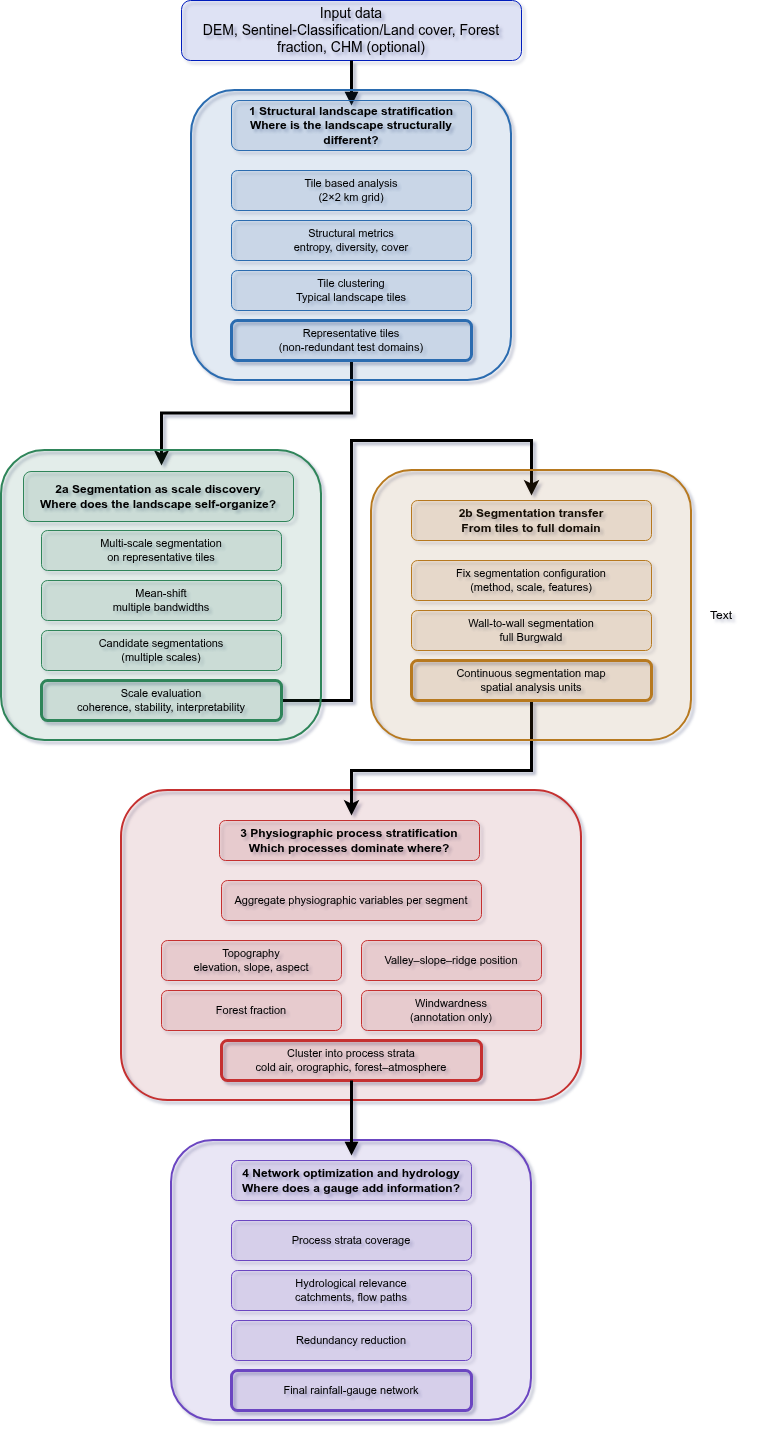
Before: images/workflow.drawio.png, a diagram exported from draw.io (gisma-courses/LV-19-d19-006-25). Source tidied: cells renumbered, new cells last; positions are measured from the earlier drawing's top-left corner, leaving out a move shared by most shapes.
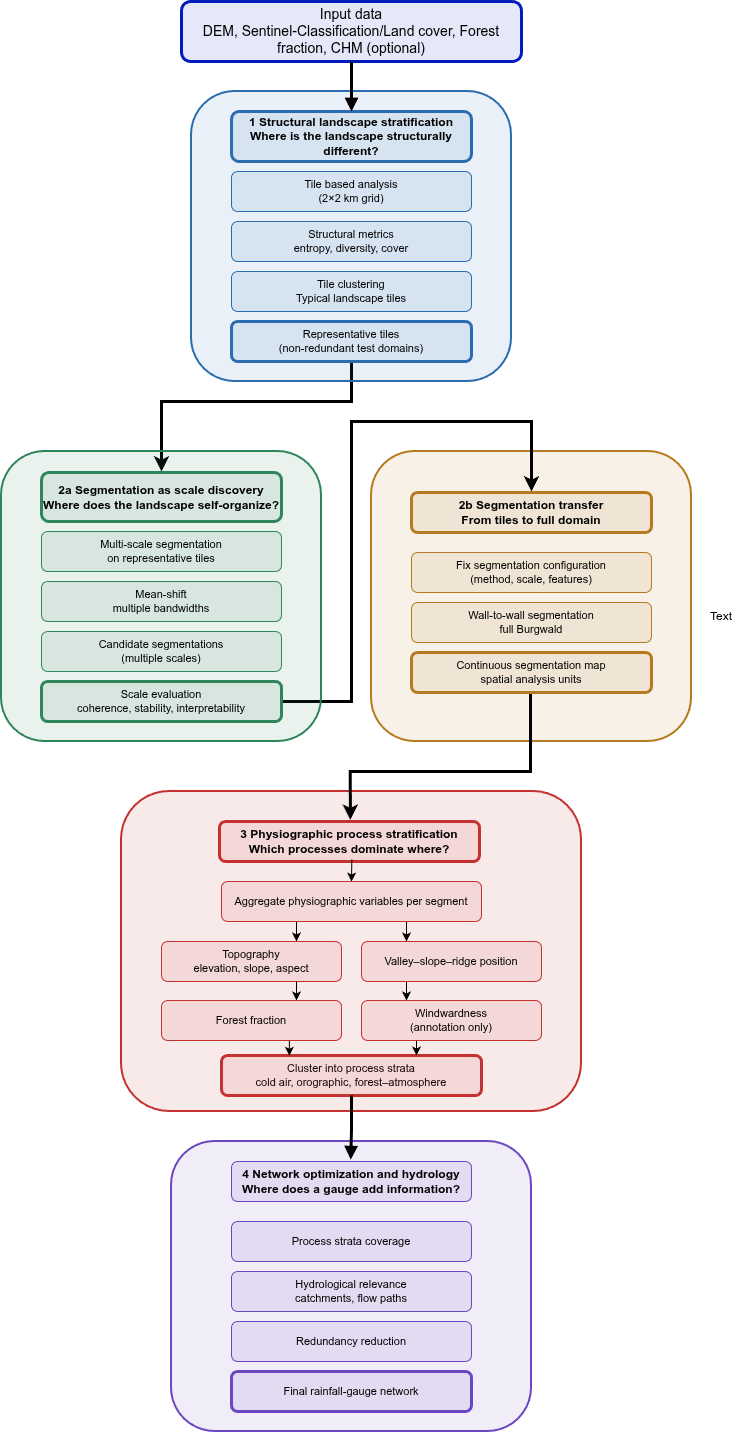
After the commit.

Diff of the diagram source:
```diff
@@ -2,90 +2,109 @@
   <root>
     <mxCell id="0" />
     <mxCell id="1" parent="0" />
+    <mxCell id="20" style="rounded=1;whiteSpace=wrap;html=1;fillColor=#B7791F;fillOpacity=10;strokeColor=#B7791F;strokeWidth=2;fontColor=light-dark(#000000,#000000);" parent="1" vertex="1">
+      <mxGeometry x="370" y="450" width="320" height="290" as="geometry" />
+    </mxCell>
-    <mxCell id="2" style="group;fontColor=light-dark(#000000,#000000);" parent="1" vertex="1">
-      <mxGeometry x="120" y="790" width="460" height="310" as="geometry" />
+    <mxCell id="2" style="group;fontColor=light-dark(#000000,#000000);strokeWidth=10;" parent="1" vertex="1">
+      <mxGeometry x="120" y="790" width="460" height="320" as="geometry" />
     </mxCell>
+    <mxCell id="9" value="Cluster into process strata&#10;cold air, orographic, forest–atmosphere" style="rounded=1;whiteSpace=wrap;html=1;fillColor=#C53030;fillOpacity=10;strokeColor=#C53030;fontSize=11;strokeWidth=3;fontColor=light-dark(#000000,#000000);" parent="2" vertex="1">
+      <mxGeometry x="100" y="264" width="260" height="40" as="geometry" />
+    </mxCell>
     <mxCell id="3" style="rounded=1;whiteSpace=wrap;html=1;fillColor=#C53030;fillOpacity=10;strokeColor=#C53030;strokeWidth=2;fontColor=light-dark(#000000,#000000);" parent="2" vertex="1">
-      <mxGeometry width="460" height="310" as="geometry" />
+      <mxGeometry width="460" height="320" as="geometry" />
     </mxCell>
+    <mxCell id="41" style="edgeStyle=orthogonalEdgeStyle;rounded=0;jettySize=auto;html=1;exitX=0.75;exitY=1;exitDx=0;exitDy=0;entryX=0.25;entryY=0;entryDx=0;entryDy=0;strokeColor=light-dark(#000000,#000000);" parent="2" edge="1" source="4" target="6">
+      <mxGeometry relative="1" as="geometry" />
+    </mxCell>
+    <mxCell id="42" style="edgeStyle=orthogonalEdgeStyle;rounded=0;jettySize=auto;html=1;exitX=0.25;exitY=1;exitDx=0;exitDy=0;entryX=0.75;entryY=0;entryDx=0;entryDy=0;strokeColor=light-dark(#000000,#000000);" parent="2" edge="1" source="4" target="5">
+      <mxGeometry relative="1" as="geometry" />
+    </mxCell>
     <mxCell id="4" value="Aggregate physiographic variables per segment" style="rounded=1;whiteSpace=wrap;html=1;fillColor=#C53030;fillOpacity=10;strokeColor=#C53030;fontSize=11;fontColor=light-dark(#000000,#000000);" parent="2" vertex="1">
       <mxGeometry x="100" y="90" width="260" height="40" as="geometry" />
     </mxCell>
     <mxCell id="5" value="Topography&#10;elevation, slope, aspect" style="rounded=1;whiteSpace=wrap;html=1;fillColor=#C53030;fillOpacity=10;strokeColor=#C53030;fontSize=11;fontColor=light-dark(#000000,#000000);" parent="2" vertex="1">
       <mxGeometry x="40" y="150" width="180" height="40" as="geometry" />
     </mxCell>
+    <mxCell id="43" style="edgeStyle=orthogonalEdgeStyle;rounded=0;jettySize=auto;html=1;exitX=0.25;exitY=1;exitDx=0;exitDy=0;entryX=0.25;entryY=0;entryDx=0;entryDy=0;strokeColor=light-dark(#000000,#000000);" parent="2" edge="1" source="6" target="8">
+      <mxGeometry relative="1" as="geometry" />
+    </mxCell>
     <mxCell id="6" value="Valley–slope–ridge position" style="rounded=1;whiteSpace=wrap;html=1;fillColor=#C53030;fillOpacity=10;strokeColor=#C53030;fontSize=11;fontColor=light-dark(#000000,#000000);" parent="2" vertex="1">
       <mxGeometry x="240" y="150" width="180" height="40" as="geometry" />
     </mxCell>
+    <mxCell id="44" style="edgeStyle=orthogonalEdgeStyle;rounded=0;jettySize=auto;html=1;exitX=0.25;exitY=1;exitDx=0;exitDy=0;entryX=0.75;entryY=0;entryDx=0;entryDy=0;strokeColor=light-dark(#000000,#000000);" parent="2" edge="1" source="8" target="9">
+      <mxGeometry relative="1" as="geometry" />
+    </mxCell>
+    <mxCell id="8" value="Windwardness&#10;(annotation only)" style="rounded=1;whiteSpace=wrap;html=1;fillColor=#C53030;fillOpacity=10;strokeColor=#C53030;fontSize=11;fontColor=light-dark(#000000,#000000);" parent="2" vertex="1">
+      <mxGeometry x="240" y="209" width="180" height="40" as="geometry" />
+    </mxCell>
+    <mxCell id="10" value="&lt;span style=&quot;font-size: 12px; font-weight: 700;&quot;&gt;3 Physiographic process stratification&lt;/span&gt;&lt;br style=&quot;font-size: 12px; font-weight: 700;&quot;&gt;&lt;span style=&quot;font-size: 12px; font-weight: 700;&quot;&gt;Which processes dominate where?&lt;/span&gt;" style="rounded=1;whiteSpace=wrap;html=1;fillColor=#C53030;fillOpacity=10;strokeColor=#C53030;fontSize=11;fontColor=light-dark(#000000,#000000);strokeWidth=3;" parent="2" vertex="1">
+      <mxGeometry x="98" y="30" width="260" height="40" as="geometry" />
+    </mxCell>
+    <mxCell id="45" style="edgeStyle=orthogonalEdgeStyle;rounded=0;jettySize=auto;html=1;exitX=0.5;exitY=0;exitDx=0;exitDy=0;entryX=0.509;entryY=0.946;entryDx=0;entryDy=0;entryPerimeter=0;strokeColor=light-dark(#000000,#000000);endArrow=none;endFill=0;startArrow=classic;startFill=1;" parent="2" edge="1" source="4" target="10">
+      <mxGeometry relative="1" as="geometry" />
+    </mxCell>
+    <mxCell id="46" style="edgeStyle=orthogonalEdgeStyle;rounded=0;jettySize=auto;html=1;exitX=0.75;exitY=1;exitDx=0;exitDy=0;entryX=0.75;entryY=0;entryDx=0;entryDy=0;strokeColor=light-dark(#000000,#000000);" parent="2" edge="1" source="5" target="7">
+      <mxGeometry relative="1" as="geometry" />
+    </mxCell>
+    <mxCell id="47" style="edgeStyle=orthogonalEdgeStyle;rounded=0;jettySize=auto;html=1;exitX=0.75;exitY=1;exitDx=0;exitDy=0;entryX=0.261;entryY=0.006;entryDx=0;entryDy=0;entryPerimeter=0;strokeColor=light-dark(#000000,#000000);" parent="2" edge="1" source="7" target="9">
+      <mxGeometry relative="1" as="geometry" />
+    </mxCell>
     <mxCell id="7" value="Forest fraction" style="rounded=1;whiteSpace=wrap;html=1;fillColor=#C53030;fillOpacity=10;strokeColor=#C53030;fontSize=11;fontColor=light-dark(#000000,#000000);" parent="2" vertex="1">
-      <mxGeometry x="40" y="200" width="180" height="40" as="geometry" />
+      <mxGeometry x="40" y="209" width="180" height="40" as="geometry" />
     </mxCell>
-    <mxCell id="8" value="Windwardness&#10;(annotation only)" style="rounded=1;whiteSpace=wrap;html=1;fillColor=#C53030;fillOpacity=10;strokeColor=#C53030;fontSize=11;fontColor=light-dark(#000000,#000000);" parent="2" vertex="1">
-      <mxGeometry x="240" y="200" width="180" height="40" as="geometry" />
-    </mxCell>
-    <mxCell id="9" value="Cluster into process strata&#10;cold air, orographic, forest–atmosphere" style="rounded=1;whiteSpace=wrap;html=1;fillColor=#C53030;fillOpacity=10;strokeColor=#C53030;fontSize=11;strokeWidth=3;fontColor=light-dark(#000000,#000000);" parent="2" vertex="1">
-      <mxGeometry x="100" y="250" width="260" height="40" as="geometry" />
-    </mxCell>
-    <mxCell id="10" value="&lt;span style=&quot;font-size: 12px; font-weight: 700;&quot;&gt;3 Physiographic process stratification&lt;/span&gt;&lt;br style=&quot;font-size: 12px; font-weight: 700;&quot;&gt;&lt;span style=&quot;font-size: 12px; font-weight: 700;&quot;&gt;Which processes dominate where?&lt;/span&gt;" style="rounded=1;whiteSpace=wrap;html=1;fillColor=#C53030;fillOpacity=10;strokeColor=#C53030;fontSize=11;fontColor=light-dark(#000000,#000000);" parent="2" vertex="1">
-      <mxGeometry x="98" y="30" width="260" height="40" as="geometry" />
-    </mxCell>
-    <mxCell id="11" value="&lt;font style=&quot;font-size: 14px;&quot;&gt;Input data&lt;br&gt;DEM, Sentinel-Classification/Land cover, Forest fraction, CHM (optional)&lt;/font&gt;" style="rounded=1;whiteSpace=wrap;html=1;fillColor=#001DBC;fillOpacity=10;strokeColor=#001DBC;fontSize=12;fontColor=light-dark(#000000,#000000);" parent="1" vertex="1">
+    <mxCell id="11" value="&lt;font style=&quot;font-size: 14px;&quot;&gt;Input data&lt;br&gt;DEM, Sentinel-Classification/Land cover, Forest fraction, CHM (optional)&lt;/font&gt;" style="rounded=1;whiteSpace=wrap;html=1;fillColor=#001DBC;fillOpacity=10;strokeColor=#001DBC;fontSize=12;fontColor=light-dark(#000000,#000000);strokeWidth=3;" parent="1" vertex="1">
       <mxGeometry x="180" width="340" height="60" as="geometry" />
     </mxCell>
     <mxCell id="12" style="rounded=1;whiteSpace=wrap;html=1;fillColor=#6B46C1;fillOpacity=10;strokeColor=#6B46C1;strokeWidth=2;fontColor=light-dark(#000000,#000000);" parent="1" vertex="1">
-      <mxGeometry x="170" y="1140" width="360" height="280" as="geometry" />
+      <mxGeometry x="170" y="1140" width="360" height="290" as="geometry" />
     </mxCell>
-    <mxCell id="13" style="edgeStyle=orthogonalEdgeStyle;rounded=0;jettySize=auto;html=1;endArrow=block;strokeWidth=3;fontColor=light-dark(#000000,#000000);strokeColor=light-dark(#000000,#333333);" parent="1" edge="1" source="11">
-      <mxGeometry relative="1" as="geometry">
-        <mxPoint x="350" y="105" as="targetPoint" />
-      </mxGeometry>
-    </mxCell>
-    <mxCell id="14" style="edgeStyle=orthogonalEdgeStyle;rounded=0;jettySize=auto;html=1;endArrow=block;strokeWidth=3;fontColor=light-dark(#000000,#000000);strokeColor=light-dark(#000000,#333333);" parent="1" edge="1" source="9">
-      <mxGeometry relative="1" as="geometry">
-        <mxPoint x="350" y="1155" as="targetPoint" />
-      </mxGeometry>
+    <mxCell id="14" style="edgeStyle=orthogonalEdgeStyle;rounded=0;jettySize=auto;html=1;endArrow=block;strokeWidth=3;fontColor=light-dark(#000000,#000000);strokeColor=light-dark(#000000,#333333);entryX=0.497;entryY=-0.047;entryDx=0;entryDy=0;entryPerimeter=0;" parent="1" edge="1" source="9" target="40">
+      <mxGeometry relative="1" as="geometry" />
     </mxCell>
     <mxCell id="15" style="edgeStyle=orthogonalEdgeStyle;rounded=0;jettySize=auto;html=1;exitX=0.5;exitY=1;exitDx=0;exitDy=0;strokeWidth=3;fontColor=light-dark(#000000,#000000);strokeColor=light-dark(#000000,#333333);" parent="1" edge="1" source="34">
       <mxGeometry relative="1" as="geometry">
-        <mxPoint x="160" y="465" as="targetPoint" />
+        <mxPoint x="160" y="470" as="targetPoint" />
+        <Array as="points">
+          <mxPoint x="350" y="400" />
+          <mxPoint x="160" y="400" />
+        </Array>
       </mxGeometry>
     </mxCell>
-    <mxCell id="16" style="edgeStyle=orthogonalEdgeStyle;rounded=0;jettySize=auto;html=1;exitX=0.5;exitY=1;exitDx=0;exitDy=0;strokeWidth=3;fontColor=light-dark(#000000,#000000);strokeColor=light-dark(#000000,#333333);" parent="1" edge="1" source="23">
+    <mxCell id="16" style="edgeStyle=orthogonalEdgeStyle;rounded=0;orthogonalLoop=1;jettySize=auto;html=1;exitX=0.5;exitY=1;exitDx=0;exitDy=0;strokeWidth=3;fontColor=light-dark(#000000,#000000);strokeColor=light-dark(#000000,#333333);entryX=0.507;entryY=-0.04;entryDx=0;entryDy=0;entryPerimeter=0;" parent="1" edge="1">
       <mxGeometry relative="1" as="geometry">
-        <mxPoint x="350" y="815" as="targetPoint" />
+        <mxPoint x="529" y="691" as="sourcePoint" />
+        <mxPoint x="348.8" y="818.4" as="targetPoint" />
         <Array as="points">
-          <mxPoint x="530" y="770" />
-          <mxPoint x="350" y="770" />
+          <mxPoint x="529" y="770" />
+          <mxPoint x="349" y="770" />
         </Array>
       </mxGeometry>
     </mxCell>
-    <mxCell id="17" style="edgeStyle=orthogonalEdgeStyle;rounded=0;jettySize=auto;html=1;exitX=1;exitY=0.5;exitDx=0;exitDy=0;entryX=0.5;entryY=0;entryDx=0;entryDy=0;strokeWidth=3;fontColor=light-dark(#000000,#000000);strokeColor=light-dark(#000000,#333333);" parent="1" edge="1" source="28">
+    <mxCell id="17" style="edgeStyle=orthogonalEdgeStyle;rounded=0;jettySize=auto;html=1;exitX=1;exitY=0.5;exitDx=0;exitDy=0;strokeWidth=3;fontColor=light-dark(#000000,#000000);strokeColor=light-dark(#000000,#333333);" parent="1" edge="1" source="28">
       <mxGeometry relative="1" as="geometry">
-        <mxPoint x="530" y="495" as="targetPoint" />
+        <mxPoint x="530" y="490" as="targetPoint" />
         <Array as="points">
           <mxPoint x="350" y="700" />
-          <mxPoint x="350" y="440" />
-          <mxPoint x="530" y="440" />
+          <mxPoint x="350" y="420" />
+          <mxPoint x="530" y="420" />
         </Array>
       </mxGeometry>
     </mxCell>
-    <mxCell id="18" value="&lt;span style=&quot;font-size: 12px; font-weight: 700;&quot;&gt;2b Segmentation transfer&lt;/span&gt;&lt;br style=&quot;font-size: 12px; font-weight: 700;&quot;&gt;&lt;span style=&quot;font-size: 12px; font-weight: 700;&quot;&gt;From tiles to full domain&lt;/span&gt;" style="rounded=1;whiteSpace=wrap;html=1;fillColor=#B7791F;fillOpacity=10;strokeColor=#B7791F;fontSize=11;fontColor=light-dark(#000000,#000000);" parent="1" vertex="1">
-      <mxGeometry x="410" y="500" width="240" height="40" as="geometry" />
+    <mxCell id="18" value="&lt;span style=&quot;font-size: 12px; font-weight: 700;&quot;&gt;2b Segmentation transfer&lt;/span&gt;&lt;br style=&quot;font-size: 12px; font-weight: 700;&quot;&gt;&lt;span style=&quot;font-size: 12px; font-weight: 700;&quot;&gt;From tiles to full domain&lt;/span&gt;" style="rounded=1;whiteSpace=wrap;html=1;fillColor=#B7791F;fillOpacity=10;strokeColor=#B7791F;fontSize=11;fontColor=light-dark(#000000,#000000);strokeWidth=3;" parent="1" vertex="1">
+      <mxGeometry x="410" y="491" width="240" height="40" as="geometry" />
     </mxCell>
     <mxCell id="19" value="Text" style="text;html=1;whiteSpace=wrap;strokeColor=none;fillColor=none;align=center;verticalAlign=middle;rounded=0;" parent="1" vertex="1">
       <mxGeometry x="690" y="600" width="60" height="30" as="geometry" />
     </mxCell>
-    <mxCell id="20" style="rounded=1;whiteSpace=wrap;html=1;fillColor=#B7791F;fillOpacity=10;strokeColor=#B7791F;strokeWidth=2;fontColor=light-dark(#000000,#000000);" parent="1" vertex="1">
-      <mxGeometry x="370" y="470" width="320" height="270" as="geometry" />
-    </mxCell>
     <mxCell id="21" value="Fix segmentation configuration&#10;(method, scale, features)" style="rounded=1;whiteSpace=wrap;html=1;fillColor=#B7791F;fillOpacity=10;strokeColor=#B7791F;fontSize=11;fontColor=light-dark(#000000,#000000);" parent="1" vertex="1">
-      <mxGeometry x="410" y="560" width="240" height="40" as="geometry" />
+      <mxGeometry x="410" y="551" width="240" height="40" as="geometry" />
     </mxCell>
     <mxCell id="22" value="Wall-to-wall segmentation&#10;full Burgwald" style="rounded=1;whiteSpace=wrap;html=1;fillColor=#B7791F;fillOpacity=10;strokeColor=#B7791F;fontSize=11;fontColor=light-dark(#000000,#000000);" parent="1" vertex="1">
-      <mxGeometry x="410" y="610" width="240" height="40" as="geometry" />
+      <mxGeometry x="410" y="601" width="240" height="40" as="geometry" />
     </mxCell>
     <mxCell id="23" value="Continuous segmentation map&#10;spatial analysis units" style="rounded=1;whiteSpace=wrap;html=1;fillColor=#B7791F;fillOpacity=10;strokeColor=#B7791F;fontSize=11;strokeWidth=3;fontColor=light-dark(#000000,#000000);" parent="1" vertex="1">
-      <mxGeometry x="410" y="660" width="240" height="40" as="geometry" />
+      <mxGeometry x="410" y="651" width="240" height="40" as="geometry" />
     </mxCell>
     <mxCell id="24" style="rounded=1;whiteSpace=wrap;html=1;fillColor=#2F855A;fillOpacity=10;strokeColor=#2F855A;strokeWidth=2;fontColor=light-dark(#000000,#000000);" parent="1" vertex="1">
       <mxGeometry y="450" width="320" height="290" as="geometry" />
@@ -102,8 +121,8 @@
     <mxCell id="28" value="Scale evaluation&#10;coherence, stability, interpretability" style="rounded=1;whiteSpace=wrap;html=1;fillColor=#2F855A;fillOpacity=10;strokeColor=#2F855A;fontSize=11;strokeWidth=3;fontColor=light-dark(#000000,#000000);" parent="1" vertex="1">
       <mxGeometry x="40" y="680" width="240" height="40" as="geometry" />
     </mxCell>
-    <mxCell id="29" value="&lt;span style=&quot;font-size: 12px; font-weight: 700;&quot;&gt;2a Segmentation as scale discovery&lt;/span&gt;&lt;br style=&quot;font-size: 12px; font-weight: 700;&quot;&gt;&lt;span style=&quot;font-size: 12px; font-weight: 700;&quot;&gt;Where does the landscape self-organize?&lt;/span&gt;" style="rounded=1;whiteSpace=wrap;html=1;fillColor=#2F855A;fillOpacity=10;strokeColor=#2F855A;fontSize=11;fontColor=light-dark(#000000,#000000);" parent="1" vertex="1">
-      <mxGeometry x="22" y="471" width="270" height="50" as="geometry" />
+    <mxCell id="29" value="&lt;span style=&quot;font-size: 12px; font-weight: 700;&quot;&gt;2a Segmentation as scale discovery&lt;/span&gt;&lt;br style=&quot;font-size: 12px; font-weight: 700;&quot;&gt;&lt;span style=&quot;font-size: 12px; font-weight: 700;&quot;&gt;Where does the landscape self-organize?&lt;/span&gt;" style="rounded=1;whiteSpace=wrap;html=1;fillColor=#2F855A;fillOpacity=10;strokeColor=#2F855A;fontSize=11;fontColor=light-dark(#000000,#000000);strokeWidth=3;" parent="1" vertex="1">
+      <mxGeometry x="40" y="471" width="240" height="49" as="geometry" />
     </mxCell>
     <mxCell id="30" style="rounded=1;whiteSpace=wrap;html=1;fillColor=#2B6CB0;fillOpacity=10;strokeColor=#2B6CB0;strokeWidth=2;fontColor=light-dark(#000000,#000000);" parent="1" vertex="1">
       <mxGeometry x="190" y="90" width="320" height="290" as="geometry" />
@@ -120,8 +139,8 @@
     <mxCell id="34" value="Representative tiles&#10;(non-redundant test domains)" style="rounded=1;whiteSpace=wrap;html=1;fillColor=#2B6CB0;fillOpacity=10;strokeColor=#2B6CB0;fontSize=11;strokeWidth=3;fontColor=light-dark(#000000,#000000);" parent="1" vertex="1">
       <mxGeometry x="230" y="320" width="240" height="40" as="geometry" />
     </mxCell>
-    <mxCell id="35" value="&lt;span style=&quot;font-size: 12px; font-weight: 700;&quot;&gt;1 Structural landscape stratification&lt;/span&gt;&lt;br style=&quot;font-size: 12px; font-weight: 700;&quot;&gt;&lt;span style=&quot;font-size: 12px; font-weight: 700;&quot;&gt;Where is the landscape structurally different?&lt;/span&gt;" style="rounded=1;whiteSpace=wrap;html=1;fillColor=#2B6CB0;fillOpacity=10;strokeColor=#2B6CB0;fontSize=11;fontColor=light-dark(#000000,#000000);" parent="1" vertex="1">
-      <mxGeometry x="230" y="100" width="240" height="50" as="geometry" />
+    <mxCell id="35" value="&lt;span style=&quot;font-size: 12px; font-weight: 700;&quot;&gt;1 Structural landscape stratification&lt;/span&gt;&lt;br style=&quot;font-size: 12px; font-weight: 700;&quot;&gt;&lt;span style=&quot;font-size: 12px; font-weight: 700;&quot;&gt;Where is the landscape structurally different?&lt;/span&gt;" style="rounded=1;whiteSpace=wrap;html=1;fillColor=#2B6CB0;fillOpacity=10;strokeColor=#2B6CB0;fontSize=11;fontColor=light-dark(#000000,#000000);strokeWidth=3;" parent="1" vertex="1">
+      <mxGeometry x="230" y="110" width="240" height="50" as="geometry" />
     </mxCell>
     <mxCell id="36" value="Process strata coverage" style="rounded=1;whiteSpace=wrap;html=1;fillColor=#6B46C1;fillOpacity=10;strokeColor=#6B46C1;fontSize=11;fontColor=light-dark(#000000,#000000);" parent="1" vertex="1">
       <mxGeometry x="230" y="1220" width="240" height="40" as="geometry" />
@@ -138,5 +157,8 @@
     <mxCell id="40" value="&lt;span style=&quot;font-size: 12px; font-weight: 700;&quot;&gt;4 Network optimization and hydrology&lt;/span&gt;&lt;br style=&quot;font-size: 12px; font-weight: 700;&quot;&gt;&lt;span style=&quot;font-size: 12px; font-weight: 700;&quot;&gt;Where does a gauge add information?&lt;/span&gt;" style="rounded=1;whiteSpace=wrap;html=1;fillColor=#6B46C1;fillOpacity=10;strokeColor=#6B46C1;fontSize=11;fontColor=light-dark(#000000,#000000);" parent="1" vertex="1">
       <mxGeometry x="230" y="1160" width="240" height="40" as="geometry" />
     </mxCell>
+    <mxCell id="13" style="edgeStyle=orthogonalEdgeStyle;rounded=0;jettySize=auto;html=1;endArrow=block;strokeWidth=3;fontColor=light-dark(#000000,#000000);strokeColor=light-dark(#000000,#333333);entryX=0.5;entryY=0;entryDx=0;entryDy=0;" parent="1" edge="1" source="11" target="35">
+      <mxGeometry relative="1" as="geometry" />
+    </mxCell>
   </root>
 </mxGraphModel>
```
